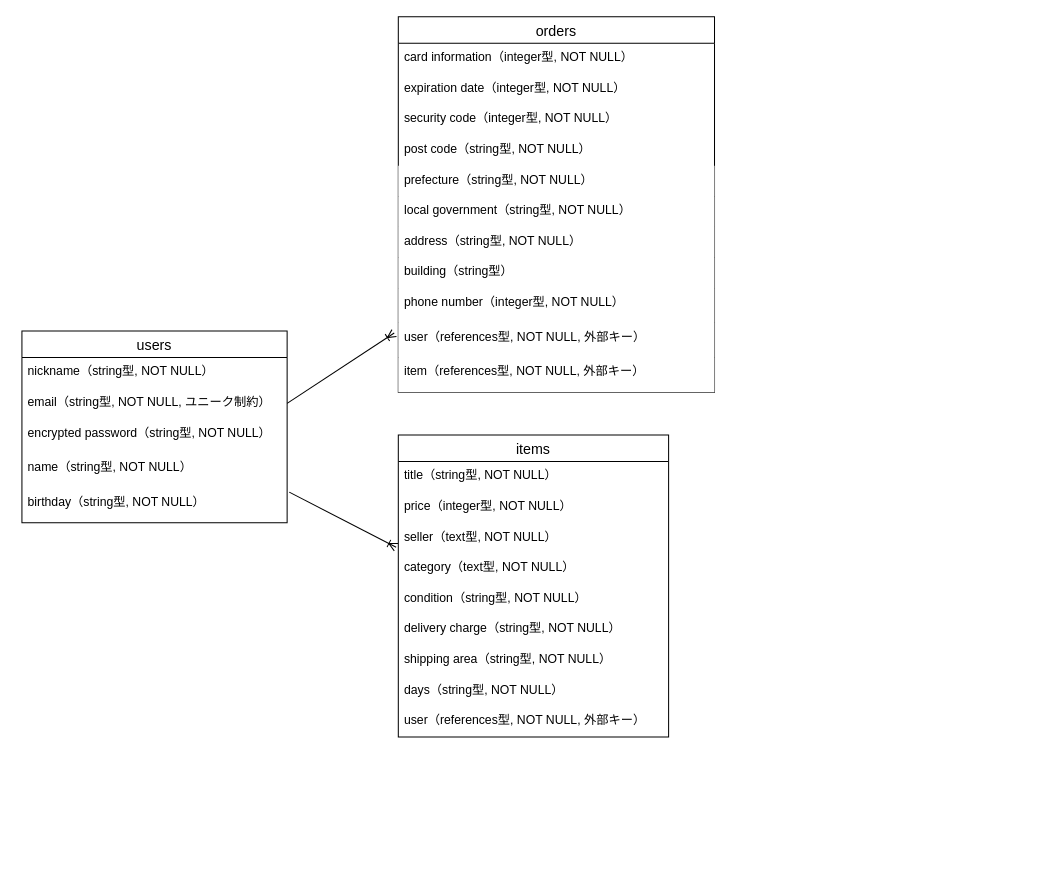
This is furima.dio from JamesCroissant/furima-37331, a draw.io file, before an edit. Source tidied: cells renumbered, new cells numbered last; positions are measured from the earlier drawing's top-left corner, leaving out a move shared by most shapes. Both pictures are drawn from the tidied source at 102%, with x=0, y=0 at pixel (21, 16).
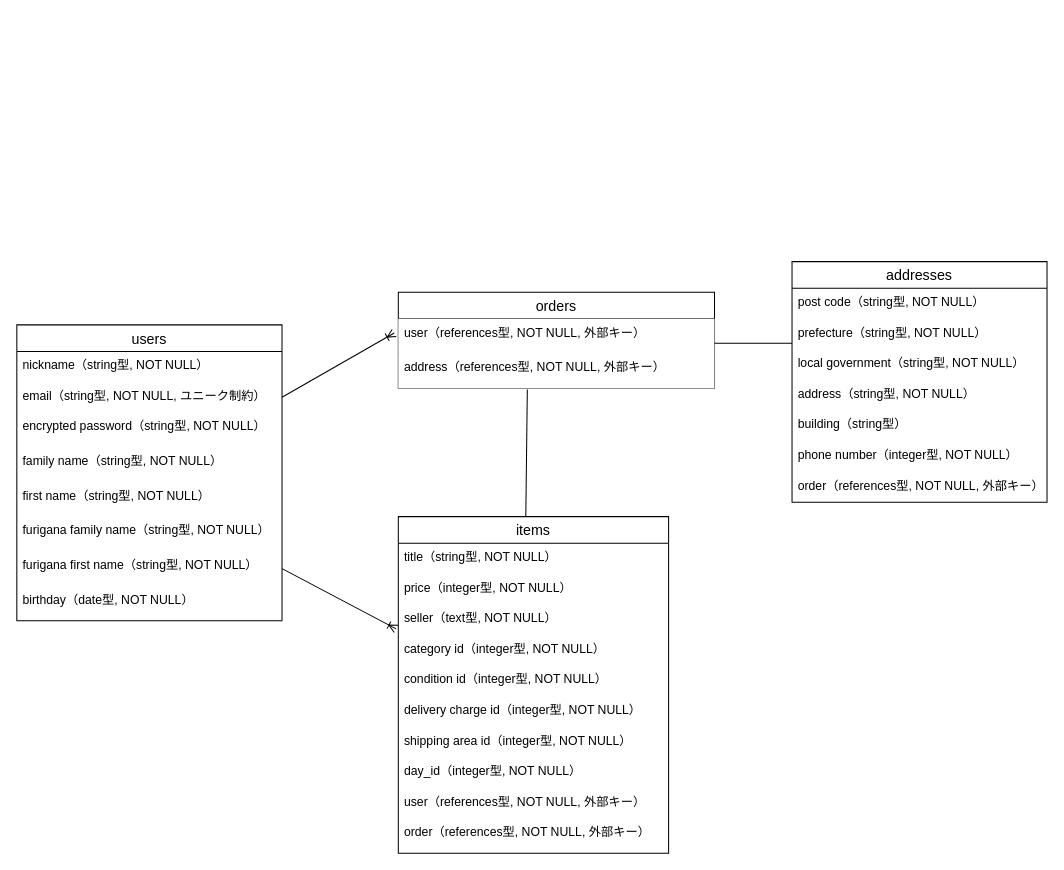
The same diagram, later.

Commit message (it also covers changes not shown here):
データベース2回目の修正

Unchanged cells that the change refers to:
```xml
<mxCell id="4" value="email（string型, NOT NULL, ユニーク制約）" style="text;strokeColor=none;fillColor=none;spacingLeft=4;spacingRight=4;overflow=hidden;points=[[0,0.5],[1,0.5]];portConstraint=eastwest;fontSize=12;" parent="2" vertex="1">
  <mxGeometry y="56" width="260" height="30" as="geometry" />
</mxCell>
<mxCell id="11" value="seller（text型, NOT NULL）" style="text;strokeColor=none;fillColor=none;spacingLeft=4;spacingRight=4;overflow=hidden;points=[[0,0.5],[1,0.5]];portConstraint=eastwest;fontSize=12;" parent="8" vertex="1">
  <mxGeometry y="86" width="265" height="30" as="geometry" />
</mxCell>
```

The edit, as a diff of the source:
```diff
@@
     <mxCell id="2" value="users" style="swimlane;fontStyle=0;horizontal=1;startSize=26;align=center;fontSize=14;" parent="1" vertex="1">
-      <mxGeometry y="308" width="260" height="188" as="geometry" />
+      <mxGeometry x="-5" y="302" width="260" height="290" as="geometry" />
     </mxCell>
@@
-    <mxCell id="6" value="name（string型, NOT NULL）" style="text;strokeColor=none;fillColor=none;spacingLeft=4;spacingRight=4;overflow=hidden;points=[[0,0.5],[1,0.5]];portConstraint=eastwest;fontSize=12;" parent="2" vertex="1">
+    <mxCell id="6" value="family name（string型, NOT NULL）" style="text;strokeColor=none;fillColor=none;spacingLeft=4;spacingRight=4;overflow=hidden;points=[[0,0.5],[1,0.5]];portConstraint=eastwest;fontSize=12;" parent="2" vertex="1">
       <mxGeometry y="120" width="260" height="34" as="geometry" />
     </mxCell>
+    <mxCell id="32" value="first name（string型, NOT NULL）" style="text;strokeColor=none;fillColor=none;spacingLeft=4;spacingRight=4;overflow=hidden;fontSize=12;" parent="2" vertex="1">
+      <mxGeometry y="154" width="260" height="34" as="geometry" />
+    </mxCell>
+    <mxCell id="33" value="furigana family name（string型, NOT NULL）" style="text;strokeColor=none;fillColor=none;spacingLeft=4;spacingRight=4;overflow=hidden;fontSize=12;" parent="2" vertex="1">
+      <mxGeometry y="188" width="260" height="34" as="geometry" />
+    </mxCell>
+    <mxCell id="34" value="furigana first name（string型, NOT NULL）" style="text;strokeColor=none;fillColor=none;spacingLeft=4;spacingRight=4;overflow=hidden;points=[[0,0.5],[1,0.5]];portConstraint=eastwest;fontSize=12;" parent="2" vertex="1">
+      <mxGeometry y="222" width="260" height="34" as="geometry" />
+    </mxCell>
-    <mxCell id="7" value="birthday（string型, NOT NULL）" style="text;strokeColor=none;fillColor=none;spacingLeft=4;spacingRight=4;overflow=hidden;fontSize=12;" parent="2" vertex="1">
-      <mxGeometry y="154" width="260" height="34" as="geometry" />
+    <mxCell id="7" value="birthday（date型, NOT NULL）" style="text;strokeColor=none;fillColor=none;spacingLeft=4;spacingRight=4;overflow=hidden;fontSize=12;" parent="2" vertex="1">
+      <mxGeometry y="256" width="260" height="34" as="geometry" />
     </mxCell>
     <mxCell id="8" value="items" style="swimlane;fontStyle=0;horizontal=1;startSize=26;align=center;fontSize=14;" parent="1" vertex="1">
-      <mxGeometry x="369" y="410" width="265" height="296" as="geometry" />
+      <mxGeometry x="369" y="490" width="265" height="330" as="geometry" />
     </mxCell>
@@
-    <mxCell id="12" value="category（text型, NOT NULL）" style="text;strokeColor=none;fillColor=none;spacingLeft=4;spacingRight=4;overflow=hidden;fontSize=12;" parent="8" vertex="1">
+    <mxCell id="12" value="category id（integer型, NOT NULL）" style="text;strokeColor=none;fillColor=none;spacingLeft=4;spacingRight=4;overflow=hidden;fontSize=12;" parent="8" vertex="1">
       <mxGeometry y="116" width="265" height="30" as="geometry" />
     </mxCell>
-    <mxCell id="13" value="condition（string型, NOT NULL）" style="text;strokeColor=none;fillColor=none;spacingLeft=4;spacingRight=4;overflow=hidden;fontSize=12;" parent="8" vertex="1">
+    <mxCell id="13" value="condition id（integer型, NOT NULL）" style="text;strokeColor=none;fillColor=none;spacingLeft=4;spacingRight=4;overflow=hidden;fontSize=12;" parent="8" vertex="1">
       <mxGeometry y="146" width="265" height="30" as="geometry" />
     </mxCell>
-    <mxCell id="14" value="delivery charge（string型, NOT NULL）" style="text;strokeColor=none;fillColor=none;spacingLeft=4;spacingRight=4;overflow=hidden;fontSize=12;" parent="8" vertex="1">
+    <mxCell id="14" value="delivery charge id（integer型, NOT NULL）" style="text;strokeColor=none;fillColor=none;spacingLeft=4;spacingRight=4;overflow=hidden;fontSize=12;" parent="8" vertex="1">
       <mxGeometry y="176" width="265" height="30" as="geometry" />
     </mxCell>
-    <mxCell id="15" value="shipping area（string型, NOT NULL）" style="text;strokeColor=none;fillColor=none;spacingLeft=4;spacingRight=4;overflow=hidden;fontSize=12;" parent="8" vertex="1">
+    <mxCell id="15" value="shipping area id（integer型, NOT NULL）" style="text;strokeColor=none;fillColor=none;spacingLeft=4;spacingRight=4;overflow=hidden;fontSize=12;" parent="8" vertex="1">
       <mxGeometry y="206" width="265" height="30" as="geometry" />
     </mxCell>
-    <mxCell id="16" value="days（string型, NOT NULL）" style="text;strokeColor=none;fillColor=none;spacingLeft=4;spacingRight=4;overflow=hidden;fontSize=12;" parent="8" vertex="1">
+    <mxCell id="16" value="day_id（integer型, NOT NULL）" style="text;strokeColor=none;fillColor=none;spacingLeft=4;spacingRight=4;overflow=hidden;fontSize=12;" parent="8" vertex="1">
       <mxGeometry y="236" width="265" height="30" as="geometry" />
     </mxCell>
@@
+    <mxCell id="35" value="order（references型, NOT NULL, 外部キー）" style="text;strokeColor=none;fillColor=none;spacingLeft=4;spacingRight=4;overflow=hidden;fontSize=12;" parent="8" vertex="1">
+      <mxGeometry y="296" width="265" height="34" as="geometry" />
+    </mxCell>
-    <mxCell id="18" style="fontSize=12;html=1;endArrow=ERoneToMany;entryX=-0.008;entryY=0.8;entryDx=0;entryDy=0;entryPerimeter=0;endFill=0;exitX=1.008;exitY=1.118;exitDx=0;exitDy=0;exitPerimeter=0;" parent="1" edge="1" source="6" target="11">
+    <mxCell id="18" style="fontSize=12;html=1;endArrow=ERoneToMany;entryX=-0.008;entryY=0.8;entryDx=0;entryDy=0;entryPerimeter=0;endFill=0;exitX=1;exitY=0.5;exitDx=0;exitDy=0;" parent="1" edge="1" source="34" target="11">
       <mxGeometry relative="1" as="geometry" />
     </mxCell>
     <mxCell id="19" value="orders" style="swimlane;fontStyle=0;horizontal=1;startSize=26;align=center;fontSize=14;" parent="1" vertex="1">
-      <mxGeometry x="369" width="310" height="368" as="geometry" />
+      <mxGeometry x="369" y="270" width="310" height="94" as="geometry" />
     </mxCell>
-    <mxCell id="20" value="card information（integer型, NOT NULL）" style="text;strokeColor=none;fillColor=none;spacingLeft=4;spacingRight=4;overflow=hidden;fontSize=12;" parent="19" vertex="1">
-      <mxGeometry y="26" width="310" height="30" as="geometry" />
-    </mxCell>
-    <mxCell id="21" value="expiration date（integer型, NOT NULL）" style="text;strokeColor=none;fillColor=none;spacingLeft=4;spacingRight=4;overflow=hidden;fontSize=12;" parent="19" vertex="1">
-      <mxGeometry y="56" width="310" height="30" as="geometry" />
-    </mxCell>
-    <mxCell id="22" value="security code（integer型, NOT NULL）" style="text;strokeColor=none;fillColor=none;spacingLeft=4;spacingRight=4;overflow=hidden;fontSize=12;" parent="19" vertex="1">
-      <mxGeometry y="86" width="310" height="30" as="geometry" />
-    </mxCell>
+    <mxCell id="29" value="user（references型, NOT NULL, 外部キー）" style="text;strokeColor=none;fillColor=default;spacingLeft=4;spacingRight=4;overflow=hidden;fontSize=12;" parent="19" vertex="1">
+      <mxGeometry y="26" width="310" height="34" as="geometry" />
+    </mxCell>
+    <mxCell id="30" value="address（references型, NOT NULL, 外部キー）" style="text;strokeColor=none;fillColor=default;spacingLeft=4;spacingRight=4;overflow=hidden;points=[[0,0.5],[1,0.5]];portConstraint=eastwest;fontSize=12;" parent="19" vertex="1">
+      <mxGeometry y="60" width="310" height="34" as="geometry" />
+    </mxCell>
+    <mxCell id="31" style="fontSize=12;html=1;endArrow=ERoneToMany;exitX=1;exitY=0.5;exitDx=0;exitDy=0;" parent="1" edge="1" source="4">
+      <mxGeometry relative="1" as="geometry">
+        <mxPoint x="365" y="310" as="targetPoint" />
+      </mxGeometry>
+    </mxCell>
+    <mxCell id="36" style="endArrow=none;html=1;rounded=0;entryX=0.408;entryY=1.039;entryDx=0;entryDy=0;entryPerimeter=0;" parent="1" edge="1" target="30">
+      <mxGeometry relative="1" as="geometry">
+        <mxPoint x="494" y="490" as="sourcePoint" />
+      </mxGeometry>
+    </mxCell>
+    <mxCell id="37" value="addresses" style="swimlane;fontStyle=0;horizontal=1;startSize=26;align=center;fontSize=14;strokeWidth=1;fillColor=default;" parent="1" vertex="1">
+      <mxGeometry x="755" y="240" width="250" height="236" as="geometry" />
+    </mxCell>
-    <mxCell id="23" value="post code（string型, NOT NULL）" style="text;strokeColor=none;fillColor=none;spacingLeft=4;spacingRight=4;overflow=hidden;fontSize=12;" parent="19" vertex="1">
-      <mxGeometry y="116" width="310" height="30" as="geometry" />
+    <mxCell id="23" value="post code（string型, NOT NULL）" style="text;strokeColor=none;fillColor=none;spacingLeft=4;spacingRight=4;overflow=hidden;fontSize=12;" parent="37" vertex="1">
+      <mxGeometry y="26" width="250" height="30" as="geometry" />
     </mxCell>
-    <mxCell id="24" value="prefecture（string型, NOT NULL）" style="text;strokeColor=none;fillColor=default;spacingLeft=4;spacingRight=4;overflow=hidden;fontSize=12;" parent="19" vertex="1">
-      <mxGeometry y="146" width="310" height="30" as="geometry" />
+    <mxCell id="24" value="prefecture（string型, NOT NULL）" style="text;strokeColor=none;fillColor=none;spacingLeft=4;spacingRight=4;overflow=hidden;fontSize=12;" parent="37" vertex="1">
+      <mxGeometry y="56" width="250" height="30" as="geometry" />
     </mxCell>
-    <mxCell id="25" value="local government（string型, NOT NULL）" style="text;strokeColor=none;fillColor=default;spacingLeft=4;spacingRight=4;overflow=hidden;fontSize=12;" parent="19" vertex="1">
-      <mxGeometry y="176" width="310" height="30" as="geometry" />
+    <mxCell id="25" value="local government（string型, NOT NULL）" style="text;strokeColor=none;fillColor=none;spacingLeft=4;spacingRight=4;overflow=hidden;fontSize=12;" parent="37" vertex="1">
+      <mxGeometry y="86" width="250" height="30" as="geometry" />
     </mxCell>
-    <mxCell id="26" value="address（string型, NOT NULL）" style="text;strokeColor=none;fillColor=default;spacingLeft=4;spacingRight=4;overflow=hidden;fontSize=12;" parent="19" vertex="1">
-      <mxGeometry y="206" width="310" height="30" as="geometry" />
+    <mxCell id="26" value="address（string型, NOT NULL）" style="text;strokeColor=none;fillColor=none;spacingLeft=4;spacingRight=4;overflow=hidden;fontSize=12;" parent="37" vertex="1">
+      <mxGeometry y="116" width="250" height="30" as="geometry" />
     </mxCell>
-    <mxCell id="27" value="building（string型）" style="text;strokeColor=none;fillColor=default;spacingLeft=4;spacingRight=4;overflow=hidden;fontSize=12;" parent="19" vertex="1">
-      <mxGeometry y="236" width="310" height="30" as="geometry" />
+    <mxCell id="27" value="building（string型）" style="text;strokeColor=none;fillColor=none;spacingLeft=4;spacingRight=4;overflow=hidden;fontSize=12;" parent="37" vertex="1">
+      <mxGeometry y="146" width="250" height="30" as="geometry" />
     </mxCell>
-    <mxCell id="28" value="phone number（integer型, NOT NULL）" style="text;strokeColor=none;fillColor=default;spacingLeft=4;spacingRight=4;overflow=hidden;fontSize=12;" parent="19" vertex="1">
-      <mxGeometry y="266" width="310" height="34" as="geometry" />
+    <mxCell id="28" value="phone number（integer型, NOT NULL）" style="text;strokeColor=none;fillColor=none;spacingLeft=4;spacingRight=4;overflow=hidden;fontSize=12;" parent="37" vertex="1">
+      <mxGeometry y="176" width="250" height="30" as="geometry" />
     </mxCell>
-    <mxCell id="29" value="user（references型, NOT NULL, 外部キー）" style="text;strokeColor=none;fillColor=default;spacingLeft=4;spacingRight=4;overflow=hidden;fontSize=12;" parent="19" vertex="1">
-      <mxGeometry y="300" width="310" height="34" as="geometry" />
-    </mxCell>
-    <mxCell id="30" value="item（references型, NOT NULL, 外部キー）" style="text;strokeColor=none;fillColor=default;spacingLeft=4;spacingRight=4;overflow=hidden;points=[[0,0.5],[1,0.5]];portConstraint=eastwest;fontSize=12;" parent="19" vertex="1">
-      <mxGeometry y="334" width="310" height="34" as="geometry" />
-    </mxCell>
-    <mxCell id="31" style="fontSize=12;html=1;endArrow=ERoneToMany;exitX=1;exitY=0.5;exitDx=0;exitDy=0;" parent="1" edge="1" source="4">
-      <mxGeometry relative="1" as="geometry">
-        <mxPoint x="365" y="310" as="targetPoint" />
-      </mxGeometry>
-    </mxCell>
+    <mxCell id="38" value="order（references型, NOT NULL, 外部キー）" style="text;strokeColor=none;fillColor=none;spacingLeft=4;spacingRight=4;overflow=hidden;fontSize=12;" parent="37" vertex="1">
+      <mxGeometry y="206" width="250" height="30" as="geometry" />
+    </mxCell>
+    <mxCell id="39" style="endArrow=none;html=1;rounded=0;" parent="1" edge="1">
+      <mxGeometry relative="1" as="geometry">
+        <mxPoint x="679" y="320" as="sourcePoint" />
+        <mxPoint x="755" y="320" as="targetPoint" />
+      </mxGeometry>
+    </mxCell>
```
